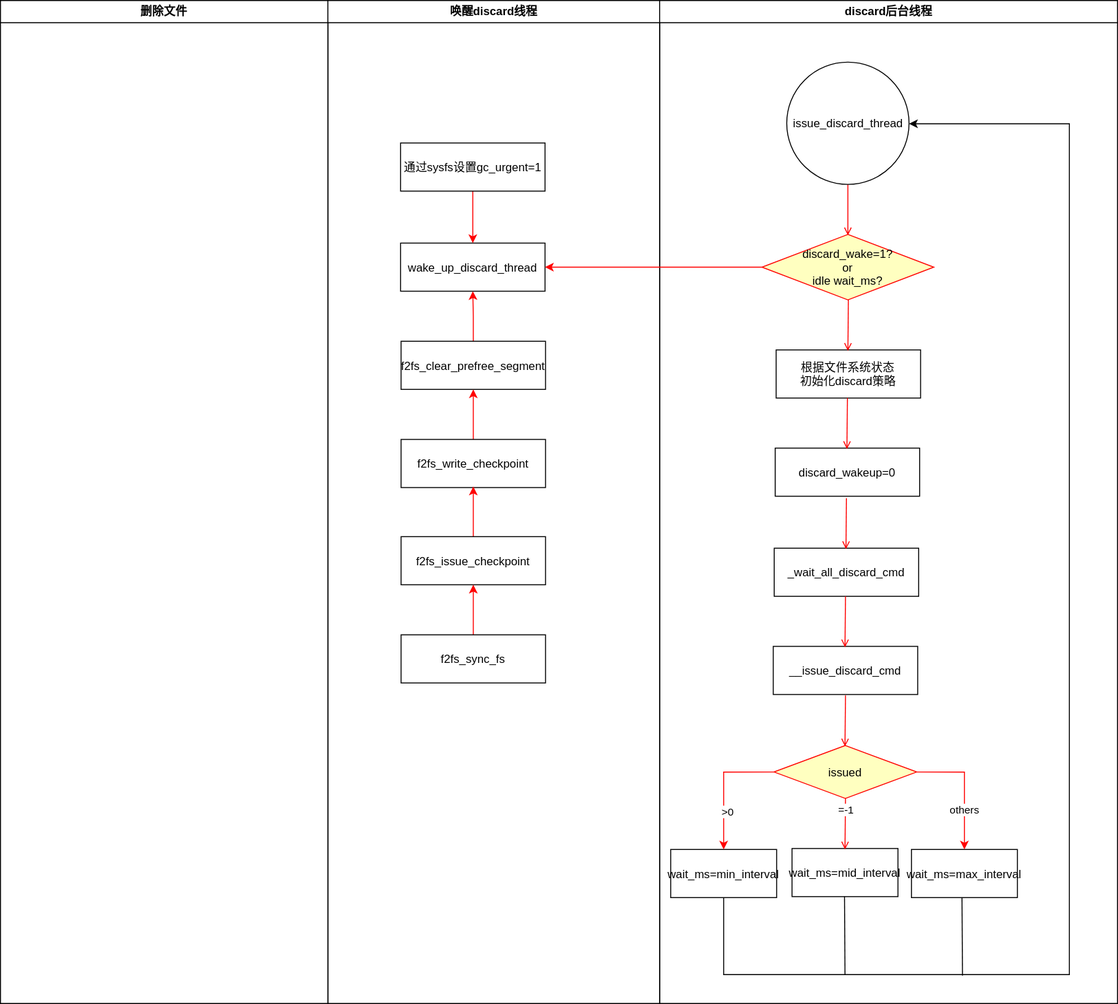
Above: f2fs_discard流程图.drawio.svg in lz111676/Drawing-Bed (draw.io), before the change. Source tidied: cells renumbered, new cells last; positions are measured from the earlier drawing's top-left corner, leaving out a move shared by most shapes.
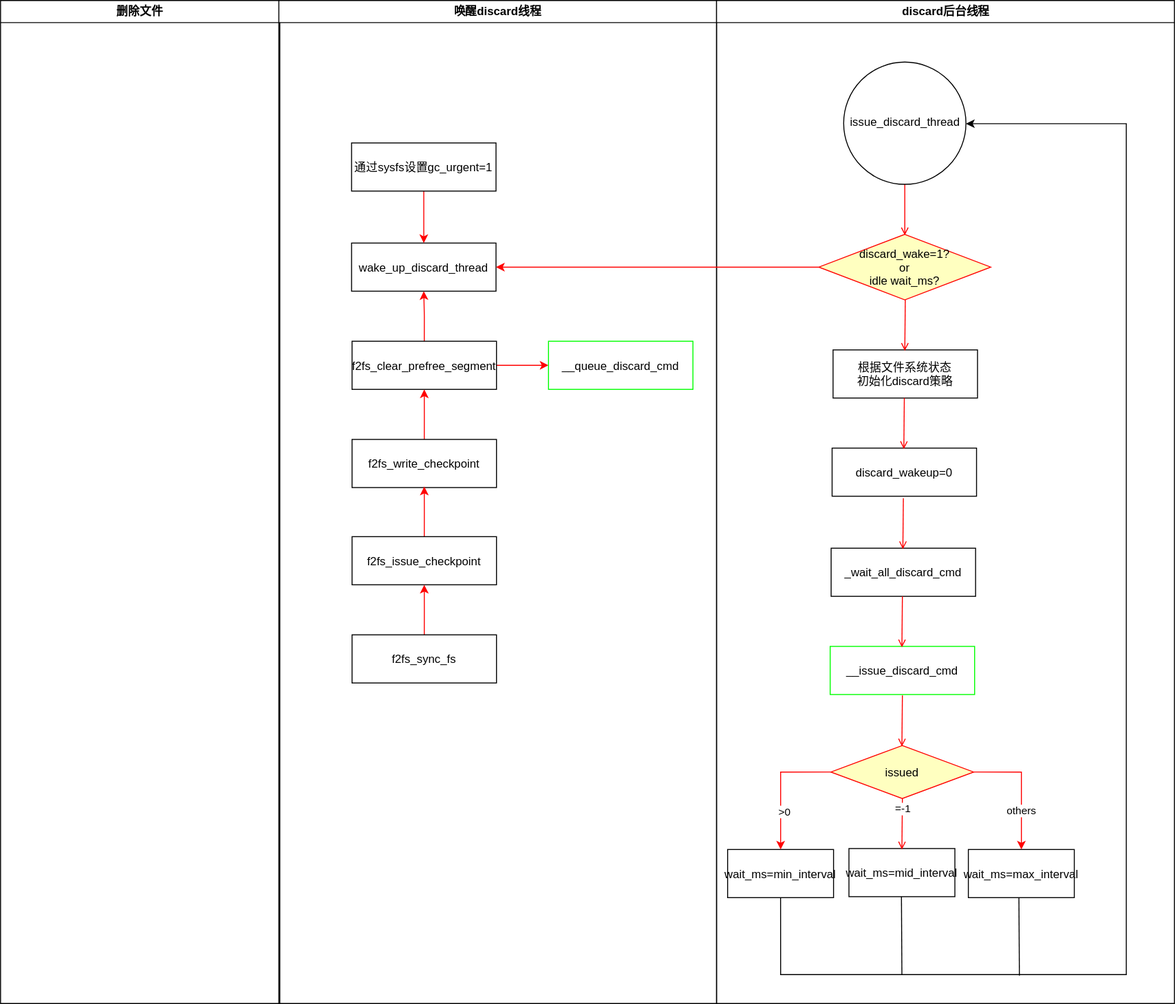
After the commit.

Commit message:
更新f2fs_discard流程图.drawio.svg

Change to the diagram source:
```diff
@@ -3,10 +3,10 @@
     <mxCell id="0" />
     <mxCell id="1" parent="0" />
     <mxCell id="2" value="删除文件" style="swimlane;whiteSpace=wrap;" parent="1" vertex="1">
-      <mxGeometry width="340" height="1042" as="geometry" />
+      <mxGeometry x="-59" width="290" height="1042" as="geometry" />
     </mxCell>
     <mxCell id="3" value="唤醒discard线程" style="swimlane;whiteSpace=wrap;" parent="1" vertex="1">
-      <mxGeometry x="340" width="344.5" height="1042" as="geometry" />
+      <mxGeometry x="230" width="454.5" height="1042" as="geometry" />
     </mxCell>
     <mxCell id="4" value="wake_up_discard_thread" parent="3" vertex="1">
       <mxGeometry x="75.5" y="252" width="150" height="50" as="geometry" />
@@ -70,7 +70,7 @@
         <mxPoint x="878" y="570" as="targetPoint" />
       </mxGeometry>
     </mxCell>
-    <mxCell id="20" value="__issue_discard_cmd" parent="1" vertex="1">
+    <mxCell id="20" value="__issue_discard_cmd" style="strokeColor=#00FF00;" parent="1" vertex="1">
       <mxGeometry x="802.5" y="671" width="150" height="50" as="geometry" />
     </mxCell>
     <mxCell id="21" style="endArrow=open;strokeColor=#FF0000;endFill=1;rounded=0;" parent="1" edge="1">
@@ -131,35 +131,41 @@
     <mxCell id="33" style="edgeStyle=orthogonalEdgeStyle;rounded=0;jettySize=auto;html=1;exitX=0.5;exitY=0;exitDx=0;exitDy=0;entryX=0.5;entryY=1;entryDx=0;entryDy=0;strokeColor=#FF0000;" parent="1" edge="1" source="34" target="4">
       <mxGeometry relative="1" as="geometry" />
     </mxCell>
+    <mxCell id="42" style="edgeStyle=orthogonalEdgeStyle;rounded=0;jettySize=auto;html=1;exitX=1;exitY=0.5;exitDx=0;exitDy=0;entryX=0;entryY=0.5;entryDx=0;entryDy=0;strokeColor=#FF0000;" parent="1" edge="1" source="34" target="43">
+      <mxGeometry relative="1" as="geometry" />
+    </mxCell>
     <mxCell id="34" value="f2fs_clear_prefree_segment" parent="1" vertex="1">
-      <mxGeometry x="416" y="354" width="150" height="50" as="geometry" />
+      <mxGeometry x="306" y="354" width="150" height="50" as="geometry" />
     </mxCell>
     <mxCell id="35" style="edgeStyle=orthogonalEdgeStyle;rounded=0;jettySize=auto;html=1;exitX=0;exitY=0.5;exitDx=0;exitDy=0;entryX=1;entryY=0.5;entryDx=0;entryDy=0;strokeColor=#FF0000;" parent="1" edge="1" source="10" target="4">
       <mxGeometry relative="1" as="geometry" />
     </mxCell>
     <mxCell id="36" style="edgeStyle=orthogonalEdgeStyle;rounded=0;jettySize=auto;html=1;exitX=0.5;exitY=0;exitDx=0;exitDy=0;entryX=0.5;entryY=1;entryDx=0;entryDy=0;strokeColor=#FF0000;" parent="1" edge="1" source="37">
       <mxGeometry relative="1" as="geometry">
-        <mxPoint x="491" y="404" as="targetPoint" />
+        <mxPoint x="381" y="404" as="targetPoint" />
       </mxGeometry>
     </mxCell>
     <mxCell id="37" value="f2fs_write_checkpoint" parent="1" vertex="1">
-      <mxGeometry x="416" y="456" width="150" height="50" as="geometry" />
+      <mxGeometry x="306" y="456" width="150" height="50" as="geometry" />
     </mxCell>
     <mxCell id="38" style="edgeStyle=orthogonalEdgeStyle;rounded=0;jettySize=auto;html=1;exitX=0.5;exitY=0;exitDx=0;exitDy=0;entryX=0.5;entryY=1;entryDx=0;entryDy=0;strokeColor=#FF0000;" parent="1" edge="1" source="39">
       <mxGeometry relative="1" as="geometry">
-        <mxPoint x="491" y="505" as="targetPoint" />
+        <mxPoint x="381" y="505" as="targetPoint" />
       </mxGeometry>
     </mxCell>
     <mxCell id="39" value="f2fs_issue_checkpoint" parent="1" vertex="1">
-      <mxGeometry x="416" y="557" width="150" height="50" as="geometry" />
+      <mxGeometry x="306" y="557" width="150" height="50" as="geometry" />
     </mxCell>
     <mxCell id="40" style="edgeStyle=orthogonalEdgeStyle;rounded=0;jettySize=auto;html=1;exitX=0.5;exitY=0;exitDx=0;exitDy=0;entryX=0.5;entryY=1;entryDx=0;entryDy=0;strokeColor=#FF0000;" parent="1" edge="1" source="41">
       <mxGeometry relative="1" as="geometry">
-        <mxPoint x="491" y="607" as="targetPoint" />
+        <mxPoint x="381" y="607" as="targetPoint" />
       </mxGeometry>
     </mxCell>
     <mxCell id="41" value="f2fs_sync_fs" parent="1" vertex="1">
-      <mxGeometry x="416" y="659" width="150" height="50" as="geometry" />
+      <mxGeometry x="306" y="659" width="150" height="50" as="geometry" />
     </mxCell>
+    <mxCell id="43" value="__queue_discard_cmd" style="strokeColor=#00FF00;" parent="1" vertex="1">
+      <mxGeometry x="510" y="354" width="150" height="50" as="geometry" />
+    </mxCell>
   </root>
 </mxGraphModel>
```
